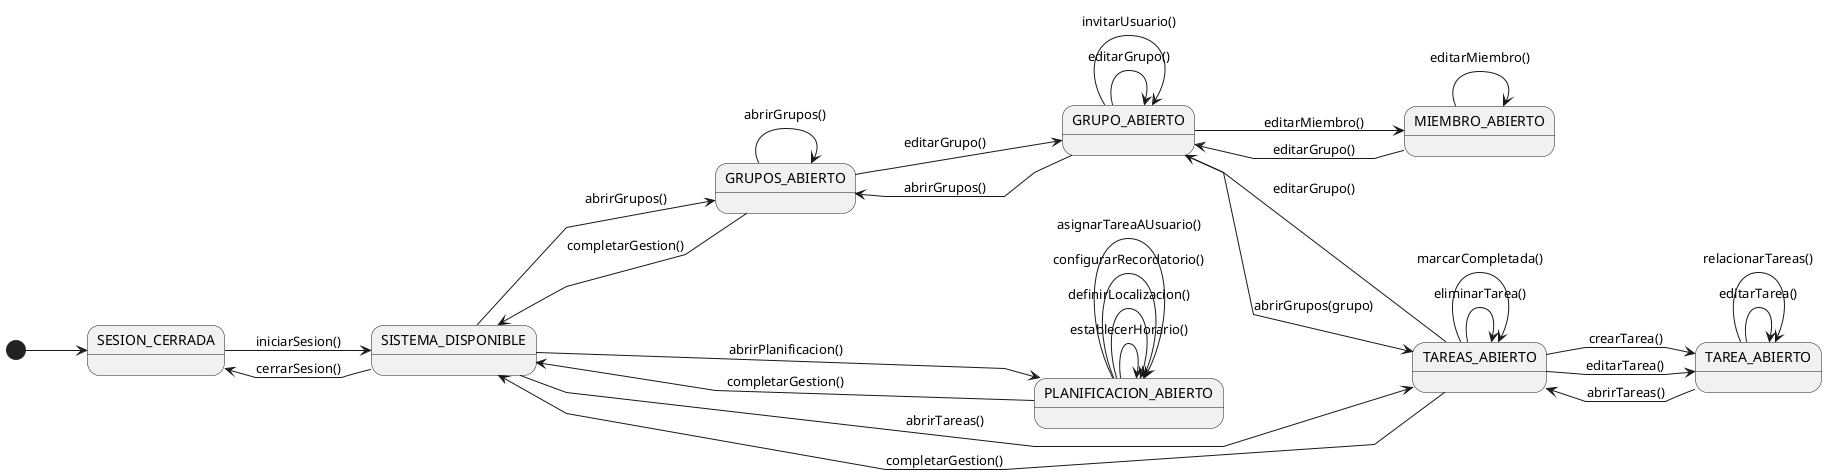
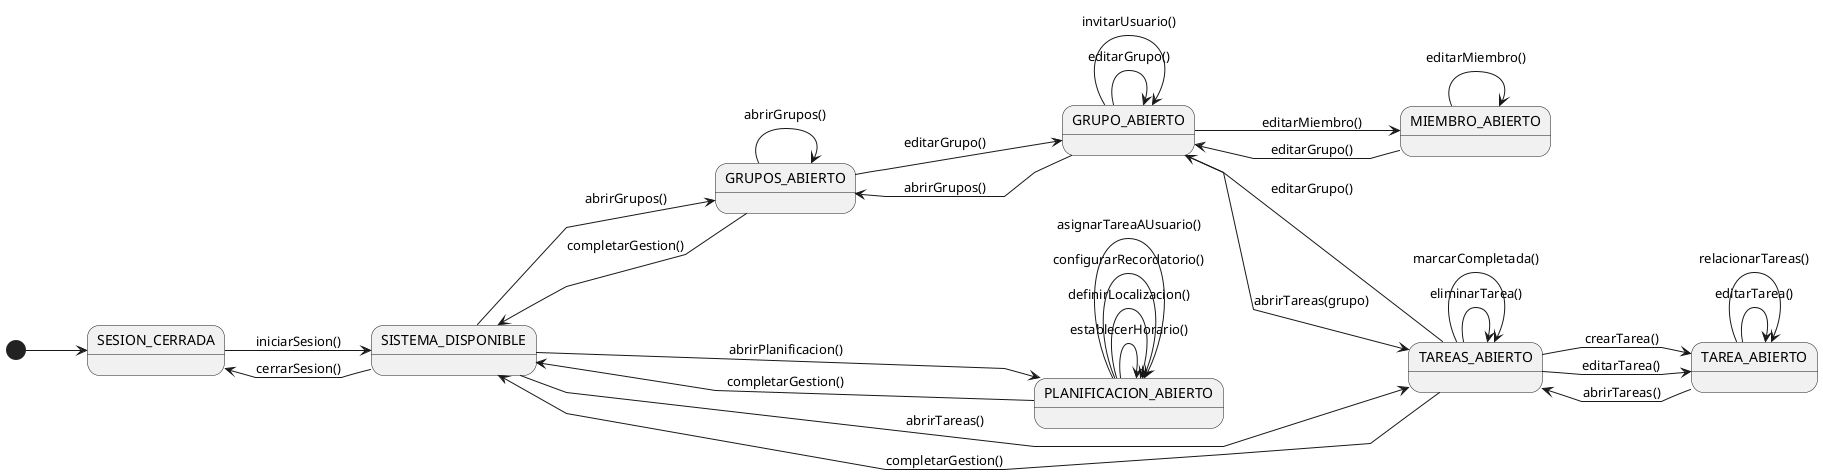
@startuml DiagramaContextoAdmin
left to right direction
skinparam linetype polyline

state "SESION_CERRADA" as NoAuth
state "SISTEMA_DISPONIBLE" as Menu

state "PLANIFICACION_ABIERTO" as Planificacion

state "TAREAS_ABIERTO" as ListProgramas
state "TAREA_ABIERTO" as EditPrograma

state "GRUPOS_ABIERTO" as ListGrupos
state "GRUPO_ABIERTO" as EditGrupo

state "MIEMBRO_ABIERTO" as EditMiembro

[*] --> NoAuth

NoAuth --> Menu : iniciarSesion()

Menu --> NoAuth : cerrarSesion()
Menu --> ListProgramas: abrirTareas()
Menu --> ListGrupos: abrirGrupos()
Menu ---> Planificacion: abrirPlanificacion()

Planificacion --> Planificacion: establecerHorario()
Planificacion --> Planificacion: definirLocalizacion()
Planificacion --> Planificacion: configurarRecordatorio()
Planificacion --> Planificacion: asignarTareaAUsuario()

ListProgramas --> EditPrograma: crearTarea()
ListProgramas --> EditPrograma: editarTarea()
ListProgramas --> ListProgramas: eliminarTarea()
ListProgramas --> ListProgramas: marcarCompletada()
ListProgramas --> EditGrupo: editarGrupo()

EditPrograma --> EditPrograma: editarTarea()
EditPrograma --> ListProgramas: abrirTareas()
EditPrograma --> EditPrograma: relacionarTareas()

ListGrupos --> EditGrupo: editarGrupo()
ListGrupos --> ListGrupos: abrirGrupos()

EditGrupo --> ListGrupos: abrirGrupos()
EditGrupo --> EditGrupo: editarGrupo()
EditGrupo --> EditGrupo: invitarUsuario()
EditGrupo --> EditMiembro: editarMiembro()
- EditGrupo --> ListProgramas: abrirGrupos(grupo)
+ EditGrupo --> ListProgramas: abrirTareas(grupo)

EditMiembro --> EditGrupo: editarGrupo()
EditMiembro --> EditMiembro: editarMiembro()

ListProgramas --> Menu: completarGestion()
ListGrupos --> Menu: completarGestion()
Planificacion --> Menu: completarGestion()
@enduml